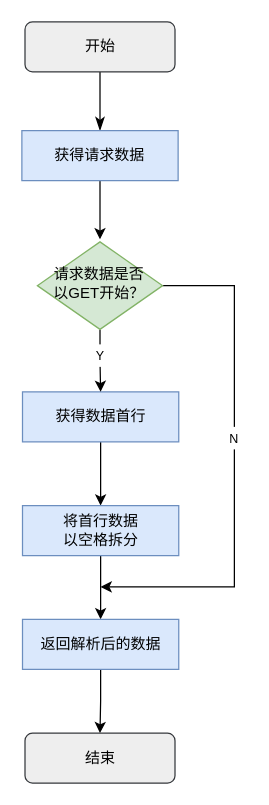
Earlier version of the draw.io diagram 协议解析器.drawio (KAZAMA-DREAM/picture). Source tidied: cells renumbered, new cells numbered last; positions are measured from the earlier drawing's top-left corner, leaving out a move shared by most shapes. Both pictures are drawn from the tidied source at 125%, with x=0, y=0 at pixel (21, 21).
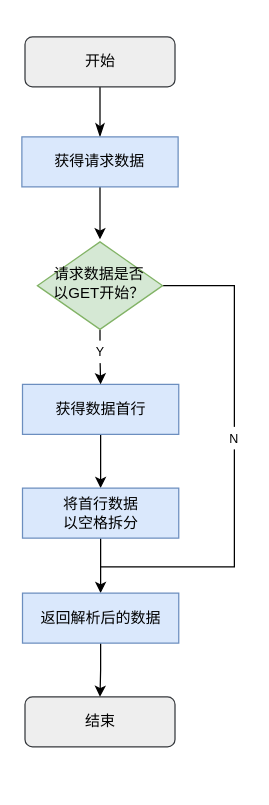
The same page after the edit.

Commit message:
更新协议解析器.drawio

Unchanged cells that the change refers to:
```xml
<mxCell id="12" value="请求数据是否&lt;br&gt;以GET开始？" style="rhombus;whiteSpace=wrap;html=1;shadow=0;fontFamily=Helvetica;fontSize=12;align=center;strokeWidth=1;spacing=6;spacingTop=-4;fillColor=#d5e8d4;strokeColor=#82b366;" parent="1" vertex="1">
  <mxGeometry x="12.4" y="176" width="100.2" height="70" as="geometry" />
</mxCell>
```

Diff of the diagram source:
```diff
@@
     <mxCell id="3" value="开始" style="rounded=1;whiteSpace=wrap;html=1;fontSize=12;glass=0;strokeWidth=1;shadow=0;fillColor=#eeeeee;strokeColor=#36393d;" parent="1" vertex="1">
-      <mxGeometry x="2.5" width="120" height="40" as="geometry" />
+      <mxGeometry x="2.5" y="12" width="120" height="40" as="geometry" />
     </mxCell>
@@
     <mxCell id="5" value="获得请求数据" style="rounded=0;whiteSpace=wrap;html=1;fillColor=#dae8fc;strokeColor=#6c8ebf;" parent="1" vertex="1">
-      <mxGeometry y="87" width="125" height="40" as="geometry" />
+      <mxGeometry y="92" width="125" height="40" as="geometry" />
     </mxCell>
@@
     <mxCell id="7" value="获得数据首行" style="rounded=0;whiteSpace=wrap;html=1;fillColor=#dae8fc;strokeColor=#6c8ebf;" parent="1" vertex="1">
-      <mxGeometry x="0.5" y="296" width="125" height="40" as="geometry" />
+      <mxGeometry x="0.5" y="290" width="125" height="40" as="geometry" />
     </mxCell>
@@
     <mxCell id="9" value="将首行数据&lt;br&gt;以空格拆分" style="rounded=0;whiteSpace=wrap;html=1;fillColor=#dae8fc;strokeColor=#6c8ebf;" parent="1" vertex="1">
-      <mxGeometry x="0.5" y="387" width="125" height="40" as="geometry" />
+      <mxGeometry x="0.5" y="373" width="125" height="40" as="geometry" />
     </mxCell>
@@
-    <mxCell id="11" style="edgeStyle=orthogonalEdgeStyle;rounded=0;jettySize=auto;html=1;" parent="1" edge="1" source="12">
+    <mxCell id="11" style="edgeStyle=orthogonalEdgeStyle;rounded=0;jettySize=auto;html=1;endArrow=none;endFill=0;" parent="1" edge="1" source="12">
       <mxGeometry relative="1" as="geometry">
-        <mxPoint x="63" y="452" as="targetPoint" />
+        <mxPoint x="63" y="436" as="targetPoint" />
         <Array as="points">
           <mxPoint x="170" y="211" />
-          <mxPoint x="170" y="452" />
-          <mxPoint x="64" y="452" />
+          <mxPoint x="170" y="436" />
         </Array>
       </mxGeometry>
     </mxCell>
@@
     <mxCell id="13" value="&lt;font style=&quot;font-size: 10px;&quot;&gt;Y&lt;/font&gt;" style="text;html=1;strokeColor=none;fillColor=default;align=center;verticalAlign=middle;whiteSpace=wrap;rounded=0;" parent="1" vertex="1">
-      <mxGeometry x="53" y="258" width="20" height="18" as="geometry" />
+      <mxGeometry x="53" y="255" width="20" height="18" as="geometry" />
     </mxCell>
     <mxCell id="14" value="结束" style="rounded=1;whiteSpace=wrap;html=1;fontSize=12;glass=0;strokeWidth=1;shadow=0;fillColor=#eeeeee;strokeColor=#36393d;" parent="1" vertex="1">
-      <mxGeometry x="2.5" y="569" width="120" height="40" as="geometry" />
+      <mxGeometry x="2.5" y="540" width="120" height="40" as="geometry" />
     </mxCell>
@@
     <mxCell id="16" value="返回解析后的数据" style="rounded=0;whiteSpace=wrap;html=1;fillColor=#dae8fc;strokeColor=#6c8ebf;" parent="1" vertex="1">
-      <mxGeometry x="0.5" y="478" width="125" height="40" as="geometry" />
+      <mxGeometry x="0.5" y="457" width="125" height="40" as="geometry" />
     </mxCell>
```
